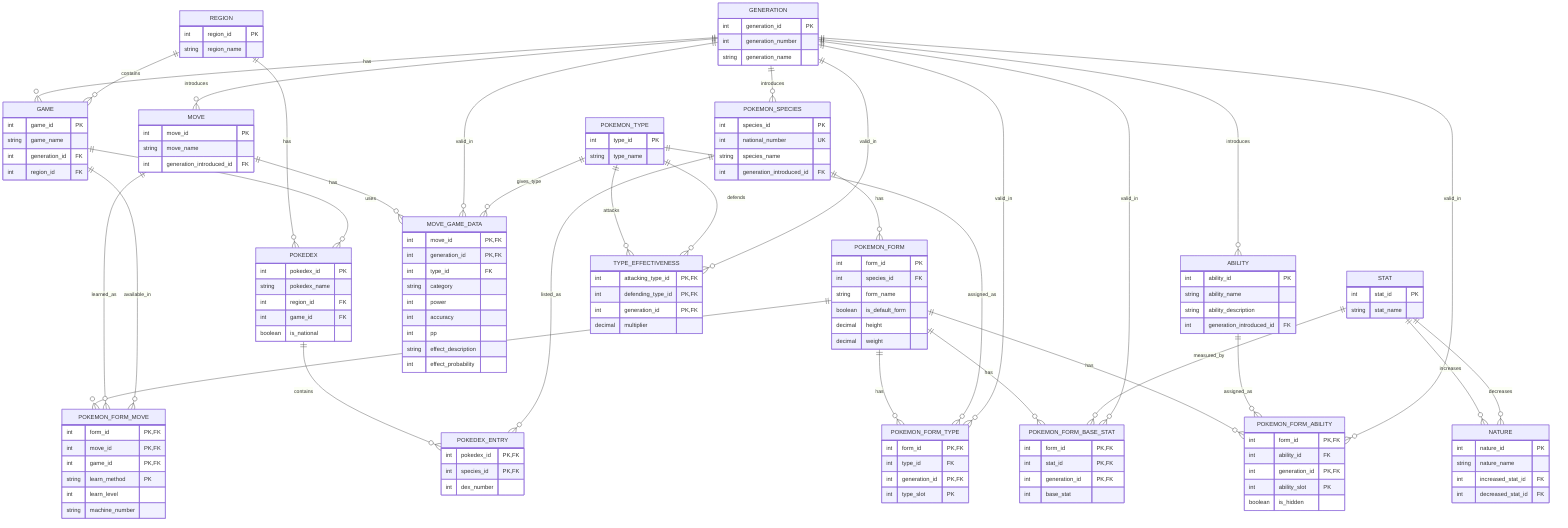
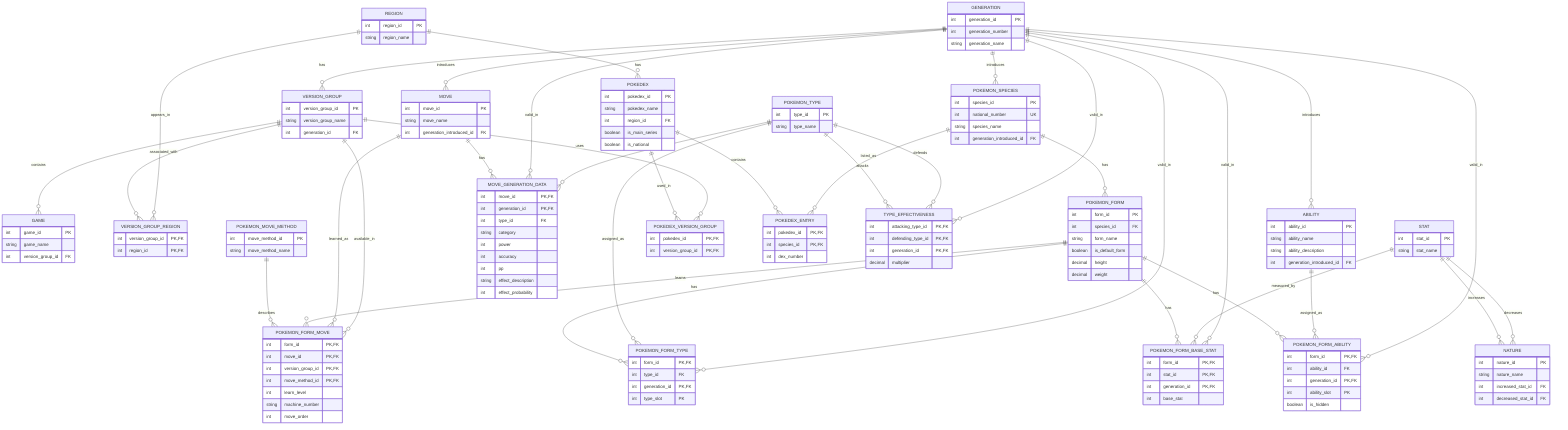
erDiagram

    GENERATION {
        int generation_id PK
        int generation_number
        string generation_name
    }

    REGION {
        int region_id PK
        string region_name
    }

+     VERSION_GROUP {
+         int version_group_id PK
+         string version_group_name
+         int generation_id FK
+     }
+ 
    GAME {
        int game_id PK
        string game_name
-         int generation_id FK
-         int region_id FK
+         int version_group_id FK
+     }
+ 
+     VERSION_GROUP_REGION {
+         int version_group_id PK, FK
+         int region_id PK, FK
    }

    POKEMON_SPECIES {
        int species_id PK
        int national_number UK
        string species_name
        int generation_introduced_id FK
    }

    POKEMON_FORM {
        int form_id PK
        int species_id FK
        string form_name
        boolean is_default_form
        decimal height
        decimal weight
    }

    POKEMON_TYPE {
        int type_id PK
        string type_name
    }

    POKEMON_FORM_TYPE {
        int form_id PK, FK
        int type_id FK
        int generation_id PK, FK
        int type_slot PK
    }

    STAT {
        int stat_id PK
        string stat_name
    }

    POKEMON_FORM_BASE_STAT {
        int form_id PK, FK
        int stat_id PK, FK
        int generation_id PK, FK
        int base_stat
    }

    NATURE {
        int nature_id PK
        string nature_name
        int increased_stat_id FK
        int decreased_stat_id FK
    }

    ABILITY {
        int ability_id PK
        string ability_name
        string ability_description
        int generation_introduced_id FK
    }

    POKEMON_FORM_ABILITY {
        int form_id PK, FK
        int ability_id FK
        int generation_id PK, FK
        int ability_slot PK
        boolean is_hidden
    }

    MOVE {
        int move_id PK
        string move_name
        int generation_introduced_id FK
    }

-     MOVE_GAME_DATA {
+     MOVE_GENERATION_DATA {
        int move_id PK, FK
        int generation_id PK, FK
        int type_id FK
        string category
        int power
        int accuracy
        int pp
        string effect_description
        int effect_probability
    }

+     POKEMON_MOVE_METHOD {
+         int move_method_id PK
+         string move_method_name
+     }
+ 
    POKEMON_FORM_MOVE {
        int form_id PK, FK
        int move_id PK, FK
-         int game_id PK, FK
-         string learn_method PK
+         int version_group_id PK, FK
+         int move_method_id PK, FK
        int learn_level
        string machine_number
+         int move_order
    }

    POKEDEX {
        int pokedex_id PK
        string pokedex_name
        int region_id FK
-         int game_id FK
+         boolean is_main_series
        boolean is_national
+     }
+ 
+     POKEDEX_VERSION_GROUP {
+         int pokedex_id PK, FK
+         int version_group_id PK, FK
    }

    POKEDEX_ENTRY {
        int pokedex_id PK, FK
        int species_id PK, FK
        int dex_number
    }

    TYPE_EFFECTIVENESS {
        int attacking_type_id PK, FK
        int defending_type_id PK, FK
        int generation_id PK, FK
        decimal multiplier
    }


-     GENERATION ||--o{ GAME : has
-     REGION ||--o{ GAME : contains
+     GENERATION ||--o{ VERSION_GROUP : has
+     VERSION_GROUP ||--o{ GAME : contains
+     VERSION_GROUP ||--o{ VERSION_GROUP_REGION : associated_with
+     REGION ||--o{ VERSION_GROUP_REGION : appears_in

    GENERATION ||--o{ POKEMON_SPECIES : introduces
    POKEMON_SPECIES ||--o{ POKEMON_FORM : has

    POKEMON_FORM ||--o{ POKEMON_FORM_TYPE : has
    POKEMON_TYPE ||--o{ POKEMON_FORM_TYPE : assigned_as
    GENERATION ||--o{ POKEMON_FORM_TYPE : valid_in

    POKEMON_FORM ||--o{ POKEMON_FORM_BASE_STAT : has
    STAT ||--o{ POKEMON_FORM_BASE_STAT : measured_by
    GENERATION ||--o{ POKEMON_FORM_BASE_STAT : valid_in

    STAT ||--o{ NATURE : increases
    STAT ||--o{ NATURE : decreases

    GENERATION ||--o{ ABILITY : introduces
    POKEMON_FORM ||--o{ POKEMON_FORM_ABILITY : has
    ABILITY ||--o{ POKEMON_FORM_ABILITY : assigned_as
    GENERATION ||--o{ POKEMON_FORM_ABILITY : valid_in

    GENERATION ||--o{ MOVE : introduces
-     MOVE ||--o{ MOVE_GAME_DATA : has
-     GENERATION ||--o{ MOVE_GAME_DATA : valid_in
-     POKEMON_TYPE ||--o{ MOVE_GAME_DATA : gives_type
+     MOVE ||--o{ MOVE_GENERATION_DATA : has
+     GENERATION ||--o{ MOVE_GENERATION_DATA : valid_in
+     POKEMON_TYPE ||--o{ MOVE_GENERATION_DATA : gives_type

+     POKEMON_MOVE_METHOD ||--o{ POKEMON_FORM_MOVE : describes
    POKEMON_FORM ||--o{ POKEMON_FORM_MOVE : learns
    MOVE ||--o{ POKEMON_FORM_MOVE : learned_as
-     GAME ||--o{ POKEMON_FORM_MOVE : available_in
+     VERSION_GROUP ||--o{ POKEMON_FORM_MOVE : available_in

    REGION ||--o{ POKEDEX : has
-     GAME ||--o{ POKEDEX : uses
+     POKEDEX ||--o{ POKEDEX_VERSION_GROUP : used_in
+     VERSION_GROUP ||--o{ POKEDEX_VERSION_GROUP : uses
    POKEDEX ||--o{ POKEDEX_ENTRY : contains
    POKEMON_SPECIES ||--o{ POKEDEX_ENTRY : listed_as

    POKEMON_TYPE ||--o{ TYPE_EFFECTIVENESS : attacks
    POKEMON_TYPE ||--o{ TYPE_EFFECTIVENESS : defends
    GENERATION ||--o{ TYPE_EFFECTIVENESS : valid_in